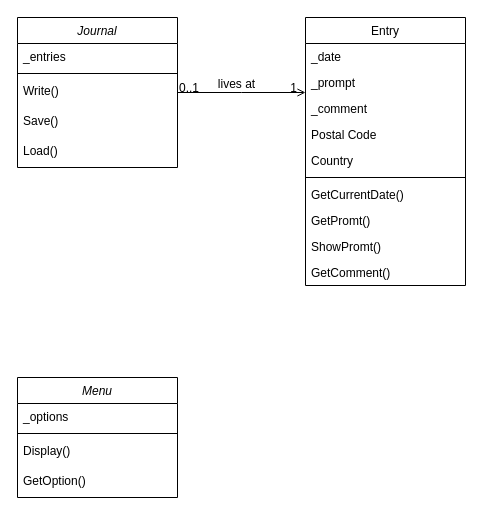
The draw.io diagram assets/JournalDiagram.drawio in neorgon/cse210-hw, before the edit. Source tidied: cells renumbered, new cells numbered last; positions are measured from the earlier drawing's top-left corner, leaving out a move shared by most shapes. Both pictures are drawn from the tidied source at 100%, with x=0, y=0 at pixel (17, 17).
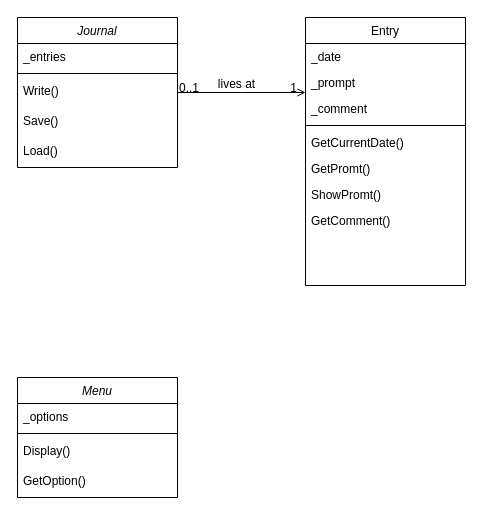
The same diagram, later.

Commit message:
Update Entry class

Unchanged cells that the change refers to:
```xml
<mxCell id="8" value="Entry" style="swimlane;fontStyle=0;align=center;verticalAlign=top;horizontal=1;startSize=26;rounded=0;shadow=0;strokeWidth=1;" parent="1" vertex="1">
  <mxGeometry x="288" width="160" height="268" as="geometry" />
</mxCell>
```

The edit, as a diff of the source:
```diff
@@
-    <mxCell id="12" value="Postal Code" style="text;align=left;verticalAlign=top;spacingLeft=4;spacingRight=4;overflow=hidden;rounded=0;shadow=0;html=0;" parent="8" vertex="1">
-      <mxGeometry y="104" width="160" height="26" as="geometry" />
-    </mxCell>
-    <mxCell id="13" value="Country" style="text;align=left;verticalAlign=top;spacingLeft=4;spacingRight=4;overflow=hidden;rounded=0;shadow=0;html=0;" parent="8" vertex="1">
-      <mxGeometry y="130" width="160" height="26" as="geometry" />
-    </mxCell>
     <mxCell id="14" style="line;html=1;strokeWidth=1;align=left;verticalAlign=middle;spacingTop=-1;spacingLeft=3;spacingRight=3;labelPosition=right;" parent="8" vertex="1">
-      <mxGeometry y="156" width="160" height="8" as="geometry" />
+      <mxGeometry y="104" width="160" height="8" as="geometry" />
     </mxCell>
     <mxCell id="15" value="GetCurrentDate()" style="text;align=left;verticalAlign=top;spacingLeft=4;spacingRight=4;overflow=hidden;" parent="8" vertex="1">
-      <mxGeometry y="164" width="160" height="26" as="geometry" />
+      <mxGeometry y="112" width="160" height="26" as="geometry" />
     </mxCell>
     <mxCell id="16" value="GetPromt()" style="text;align=left;verticalAlign=top;spacingLeft=4;spacingRight=4;overflow=hidden;" parent="8" vertex="1">
-      <mxGeometry y="190" width="160" height="26" as="geometry" />
+      <mxGeometry y="138" width="160" height="26" as="geometry" />
     </mxCell>
     <mxCell id="17" value="ShowPromt()" style="text;align=left;verticalAlign=top;spacingLeft=4;spacingRight=4;overflow=hidden;" parent="8" vertex="1">
-      <mxGeometry y="216" width="160" height="26" as="geometry" />
+      <mxGeometry y="164" width="160" height="26" as="geometry" />
     </mxCell>
     <mxCell id="18" value="GetComment()" style="text;align=left;verticalAlign=top;spacingLeft=4;spacingRight=4;overflow=hidden;" parent="8" vertex="1">
-      <mxGeometry y="242" width="160" height="26" as="geometry" />
+      <mxGeometry y="190" width="160" height="26" as="geometry" />
     </mxCell>
```
